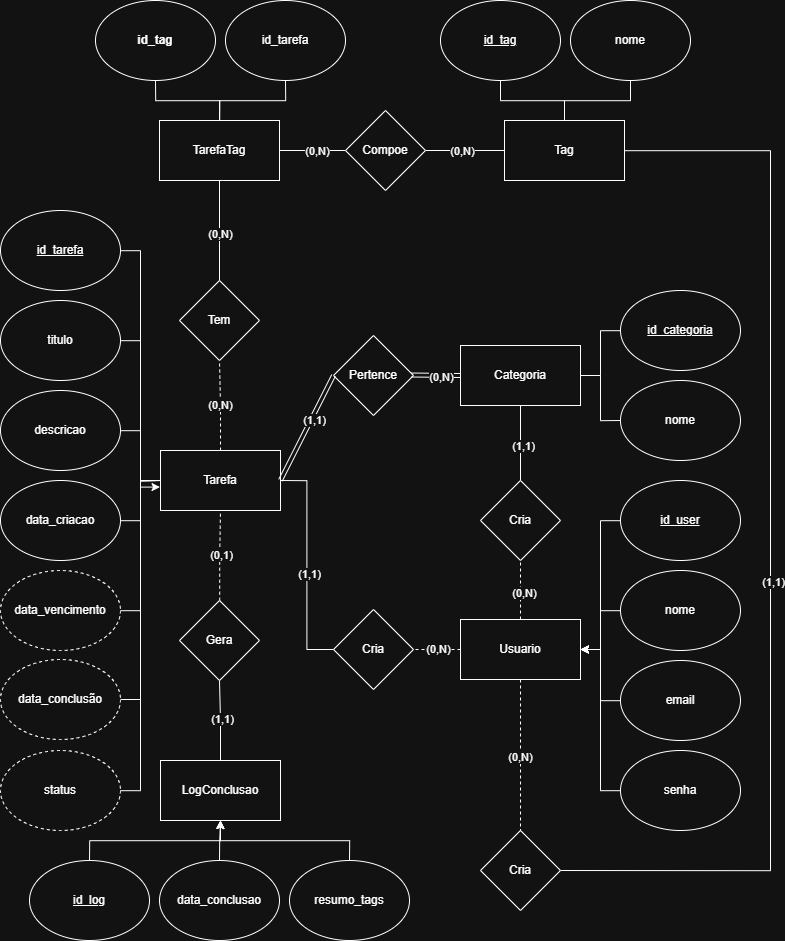
Earlier version of the draw.io export doc/images/DER.drawio.png (LucasReis26/checklist-app). Source tidied: cells renumbered, new cells last; positions are measured from the earlier drawing's top-left corner, leaving out a move shared by most shapes. The source it was exported from:
```xml
<mxGraphModel>
  <root>
    <mxCell id="0" />
    <mxCell id="1" parent="0" />
    <mxCell id="2" value="Categoria" style="rounded=0;whiteSpace=wrap;html=1;" parent="1" vertex="1">
      <mxGeometry x="460" y="345" width="120" height="60" as="geometry" />
    </mxCell>
    <mxCell id="3" style="edgeStyle=orthogonalEdgeStyle;rounded=0;jettySize=auto;html=1;endArrow=none;endFill=0;" parent="1" edge="1" source="4" target="2">
      <mxGeometry relative="1" as="geometry" />
    </mxCell>
    <mxCell id="4" value="id_categoria" style="ellipse;whiteSpace=wrap;html=1;fontStyle=4;" parent="1" vertex="1">
      <mxGeometry x="620" y="290" width="120" height="80" as="geometry" />
    </mxCell>
    <mxCell id="5" style="edgeStyle=orthogonalEdgeStyle;rounded=0;jettySize=auto;html=1;exitX=0;exitY=0.5;exitDx=0;exitDy=0;endArrow=none;endFill=0;" parent="1" edge="1" source="6" target="2">
      <mxGeometry relative="1" as="geometry" />
    </mxCell>
    <mxCell id="6" value="nome" style="ellipse;whiteSpace=wrap;html=1;" parent="1" vertex="1">
      <mxGeometry x="620" y="380" width="120" height="80" as="geometry" />
    </mxCell>
    <mxCell id="7" style="edgeStyle=orthogonalEdgeStyle;rounded=0;jettySize=auto;html=1;entryX=0;entryY=0.5;entryDx=0;entryDy=0;endArrow=none;endFill=0;" parent="1" edge="1" source="9" target="56">
      <mxGeometry relative="1" as="geometry" />
    </mxCell>
    <mxCell id="8" value="(0,N)" style="edgeLabel;html=1;align=center;verticalAlign=middle;" parent="7" vertex="1">
      <mxGeometry x="0.12" y="1" relative="1" as="geometry" />
    </mxCell>
    <mxCell id="9" value="TarefaTag" style="rounded=0;whiteSpace=wrap;html=1;" parent="1" vertex="1">
      <mxGeometry x="159" y="120" width="120" height="60" as="geometry" />
    </mxCell>
    <mxCell id="10" style="edgeStyle=orthogonalEdgeStyle;rounded=0;jettySize=auto;html=1;entryX=0.5;entryY=0;entryDx=0;entryDy=0;endArrow=none;endFill=0;" parent="1" edge="1" source="11" target="9">
      <mxGeometry relative="1" as="geometry" />
    </mxCell>
    <mxCell id="11" value="&lt;b&gt;id_tag&lt;/b&gt;" style="ellipse;whiteSpace=wrap;html=1;fontStyle=0;" parent="1" vertex="1">
      <mxGeometry x="95" width="120" height="80" as="geometry" />
    </mxCell>
    <mxCell id="12" style="edgeStyle=orthogonalEdgeStyle;rounded=0;jettySize=auto;html=1;endArrow=none;endFill=0;" parent="1" edge="1" source="13" target="9">
      <mxGeometry relative="1" as="geometry" />
    </mxCell>
    <mxCell id="13" value="id_tarefa" style="ellipse;whiteSpace=wrap;html=1;" parent="1" vertex="1">
      <mxGeometry x="225" width="120" height="80" as="geometry" />
    </mxCell>
    <mxCell id="14" style="edgeStyle=orthogonalEdgeStyle;rounded=0;jettySize=auto;html=1;entryX=0.5;entryY=1;entryDx=0;entryDy=0;endArrow=none;endFill=0;dashed=1;" parent="1" edge="1" source="16" target="45">
      <mxGeometry relative="1" as="geometry" />
    </mxCell>
    <mxCell id="15" value="(0,N)" style="edgeLabel;html=1;align=center;verticalAlign=middle;" parent="14" vertex="1">
      <mxGeometry x="0.1" y="1" relative="1" as="geometry" />
    </mxCell>
    <mxCell id="16" value="Tarefa" style="rounded=0;whiteSpace=wrap;html=1;" parent="1" vertex="1">
      <mxGeometry x="160" y="450" width="120" height="60" as="geometry" />
    </mxCell>
    <mxCell id="17" style="edgeStyle=orthogonalEdgeStyle;rounded=0;jettySize=auto;html=1;entryX=0;entryY=0.5;entryDx=0;entryDy=0;endArrow=none;endFill=0;" parent="1" edge="1" source="18" target="16">
      <mxGeometry relative="1" as="geometry" />
    </mxCell>
    <mxCell id="18" value="titulo" style="ellipse;whiteSpace=wrap;html=1;" parent="1" vertex="1">
      <mxGeometry y="300" width="120" height="80" as="geometry" />
    </mxCell>
    <mxCell id="19" style="edgeStyle=orthogonalEdgeStyle;rounded=0;jettySize=auto;html=1;entryX=0;entryY=0.5;entryDx=0;entryDy=0;endArrow=none;endFill=0;" parent="1" edge="1" source="20" target="16">
      <mxGeometry relative="1" as="geometry" />
    </mxCell>
    <mxCell id="20" value="id_tarefa" style="ellipse;whiteSpace=wrap;html=1;fontStyle=4;" parent="1" vertex="1">
      <mxGeometry y="210" width="120" height="80" as="geometry" />
    </mxCell>
    <mxCell id="21" style="edgeStyle=orthogonalEdgeStyle;rounded=0;jettySize=auto;html=1;entryX=0;entryY=0.5;entryDx=0;entryDy=0;endArrow=none;endFill=0;" parent="1" edge="1" source="22" target="16">
      <mxGeometry relative="1" as="geometry" />
    </mxCell>
    <mxCell id="22" value="descricao" style="ellipse;whiteSpace=wrap;html=1;" parent="1" vertex="1">
      <mxGeometry y="390" width="120" height="80" as="geometry" />
    </mxCell>
    <mxCell id="23" style="edgeStyle=orthogonalEdgeStyle;rounded=0;jettySize=auto;html=1;entryX=0;entryY=0.5;entryDx=0;entryDy=0;endArrow=none;endFill=0;" parent="1" edge="1" source="24" target="16">
      <mxGeometry relative="1" as="geometry" />
    </mxCell>
    <mxCell id="24" value="data_criacao" style="ellipse;whiteSpace=wrap;html=1;" parent="1" vertex="1">
      <mxGeometry y="480" width="120" height="80" as="geometry" />
    </mxCell>
    <mxCell id="25" style="edgeStyle=orthogonalEdgeStyle;rounded=0;jettySize=auto;html=1;entryX=0;entryY=0.5;entryDx=0;entryDy=0;endArrow=none;endFill=0;" parent="1" edge="1" source="26" target="16">
      <mxGeometry relative="1" as="geometry" />
    </mxCell>
    <mxCell id="26" value="data_vencimento" style="ellipse;whiteSpace=wrap;html=1;dashed=1;" parent="1" vertex="1">
      <mxGeometry y="570" width="120" height="80" as="geometry" />
    </mxCell>
    <mxCell id="27" style="edgeStyle=orthogonalEdgeStyle;rounded=0;jettySize=auto;html=1;entryX=0;entryY=0.5;entryDx=0;entryDy=0;endArrow=none;endFill=0;" parent="1" edge="1" source="28" target="16">
      <mxGeometry relative="1" as="geometry" />
    </mxCell>
    <mxCell id="28" value="data_conclusão" style="ellipse;whiteSpace=wrap;html=1;dashed=1;" parent="1" vertex="1">
      <mxGeometry y="659" width="120" height="80" as="geometry" />
    </mxCell>
    <mxCell id="29" style="edgeStyle=orthogonalEdgeStyle;rounded=0;jettySize=auto;html=1;entryX=0.5;entryY=1;entryDx=0;entryDy=0;endArrow=none;endFill=0;" parent="1" edge="1" source="31" target="48">
      <mxGeometry relative="1" as="geometry" />
    </mxCell>
    <mxCell id="30" value="(1,1)" style="edgeLabel;html=1;align=center;verticalAlign=middle;" parent="29" vertex="1">
      <mxGeometry x="0.08" y="-1" relative="1" as="geometry" />
    </mxCell>
    <mxCell id="31" value="LogConclusao" style="rounded=0;whiteSpace=wrap;html=1;" parent="1" vertex="1">
      <mxGeometry x="160" y="760" width="120" height="60" as="geometry" />
    </mxCell>
    <mxCell id="32" style="edgeStyle=orthogonalEdgeStyle;rounded=0;jettySize=auto;html=1;" parent="1" edge="1" source="33" target="31">
      <mxGeometry relative="1" as="geometry">
        <Array as="points">
          <mxPoint x="349" y="840" />
          <mxPoint x="220" y="840" />
        </Array>
      </mxGeometry>
    </mxCell>
    <mxCell id="33" value="resumo_tags" style="ellipse;whiteSpace=wrap;html=1;fontStyle=0;" parent="1" vertex="1">
      <mxGeometry x="289" y="860" width="120" height="80" as="geometry" />
    </mxCell>
    <mxCell id="34" style="edgeStyle=orthogonalEdgeStyle;rounded=0;jettySize=auto;html=1;" parent="1" edge="1" source="35" target="31">
      <mxGeometry relative="1" as="geometry">
        <Array as="points">
          <mxPoint x="89" y="840" />
          <mxPoint x="220" y="840" />
        </Array>
      </mxGeometry>
    </mxCell>
    <mxCell id="35" value="id_log" style="ellipse;whiteSpace=wrap;html=1;fontStyle=4;" parent="1" vertex="1">
      <mxGeometry x="29" y="860" width="120" height="80" as="geometry" />
    </mxCell>
    <mxCell id="36" style="edgeStyle=orthogonalEdgeStyle;rounded=0;jettySize=auto;html=1;entryX=0.5;entryY=1;entryDx=0;entryDy=0;" parent="1" edge="1" source="37" target="31">
      <mxGeometry relative="1" as="geometry" />
    </mxCell>
    <mxCell id="37" value="data_conclusao" style="ellipse;whiteSpace=wrap;html=1;fontStyle=0;" parent="1" vertex="1">
      <mxGeometry x="159" y="860" width="120" height="80" as="geometry" />
    </mxCell>
    <mxCell id="38" value="Pertence" style="rhombus;whiteSpace=wrap;html=1;" parent="1" vertex="1">
      <mxGeometry x="333" y="335" width="80" height="80" as="geometry" />
    </mxCell>
    <mxCell id="39" style="shape=link;html=1;rounded=0;entryX=0;entryY=0.5;entryDx=0;entryDy=0;" parent="1" edge="1" target="38">
      <mxGeometry relative="1" as="geometry">
        <mxPoint x="280" y="479.7" as="sourcePoint" />
      </mxGeometry>
    </mxCell>
    <mxCell id="40" value="(1,1)" style="edgeLabel;html=1;align=center;verticalAlign=middle;" parent="39" vertex="1">
      <mxGeometry x="0.14" y="-1" relative="1" as="geometry">
        <mxPoint y="-1" as="offset" />
      </mxGeometry>
    </mxCell>
    <mxCell id="41" style="shape=link;html=1;rounded=0;entryX=0;entryY=0.5;entryDx=0;entryDy=0;exitX=0.973;exitY=0.494;exitDx=0;exitDy=0;exitPerimeter=0;" parent="1" edge="1" source="38" target="2">
      <mxGeometry relative="1" as="geometry" />
    </mxCell>
    <mxCell id="42" value="(0,N)" style="edgeLabel;html=1;align=center;verticalAlign=middle;" parent="41" vertex="1">
      <mxGeometry x="0.14" y="-1" relative="1" as="geometry">
        <mxPoint y="-1" as="offset" />
      </mxGeometry>
    </mxCell>
    <mxCell id="43" style="edgeStyle=orthogonalEdgeStyle;rounded=0;jettySize=auto;html=1;endArrow=none;endFill=0;" parent="1" edge="1" source="45" target="9">
      <mxGeometry relative="1" as="geometry" />
    </mxCell>
    <mxCell id="44" value="(0,N)" style="edgeLabel;html=1;align=center;verticalAlign=middle;" parent="43" vertex="1">
      <mxGeometry x="-0.01" y="1" relative="1" as="geometry" />
    </mxCell>
    <mxCell id="45" value="Tem" style="rhombus;whiteSpace=wrap;html=1;" parent="1" vertex="1">
      <mxGeometry x="179" y="280" width="80" height="80" as="geometry" />
    </mxCell>
    <mxCell id="46" style="edgeStyle=orthogonalEdgeStyle;rounded=0;jettySize=auto;html=1;endArrow=none;endFill=0;dashed=1;" parent="1" edge="1" source="48" target="16">
      <mxGeometry relative="1" as="geometry" />
    </mxCell>
    <mxCell id="47" value="(0,1)" style="edgeLabel;html=1;align=center;verticalAlign=middle;" parent="46" vertex="1">
      <mxGeometry x="0.04" y="1" relative="1" as="geometry" />
    </mxCell>
    <mxCell id="48" value="Gera" style="rhombus;whiteSpace=wrap;html=1;" parent="1" vertex="1">
      <mxGeometry x="179" y="600" width="80" height="80" as="geometry" />
    </mxCell>
    <mxCell id="49" style="edgeStyle=orthogonalEdgeStyle;rounded=0;jettySize=auto;html=1;entryX=1;entryY=0.5;entryDx=0;entryDy=0;endArrow=none;endFill=0;" parent="1" edge="1" source="51" target="56">
      <mxGeometry relative="1" as="geometry" />
    </mxCell>
    <mxCell id="50" value="(0,N)" style="edgeLabel;html=1;align=center;verticalAlign=middle;" parent="49" vertex="1">
      <mxGeometry x="0.1" y="-1" relative="1" as="geometry" />
    </mxCell>
    <mxCell id="51" value="Tag" style="rounded=0;whiteSpace=wrap;html=1;" parent="1" vertex="1">
      <mxGeometry x="504" y="120" width="120" height="60" as="geometry" />
    </mxCell>
    <mxCell id="52" style="edgeStyle=orthogonalEdgeStyle;rounded=0;jettySize=auto;html=1;entryX=0.5;entryY=0;entryDx=0;entryDy=0;endArrow=none;endFill=0;" parent="1" edge="1" source="53" target="51">
      <mxGeometry relative="1" as="geometry" />
    </mxCell>
    <mxCell id="53" value="id_tag" style="ellipse;whiteSpace=wrap;html=1;fontStyle=4;" parent="1" vertex="1">
      <mxGeometry x="440" width="120" height="80" as="geometry" />
    </mxCell>
    <mxCell id="54" style="edgeStyle=orthogonalEdgeStyle;rounded=0;jettySize=auto;html=1;endArrow=none;endFill=0;" parent="1" edge="1" source="55" target="51">
      <mxGeometry relative="1" as="geometry" />
    </mxCell>
    <mxCell id="55" value="nome" style="ellipse;whiteSpace=wrap;html=1;" parent="1" vertex="1">
      <mxGeometry x="570" width="120" height="80" as="geometry" />
    </mxCell>
    <mxCell id="56" value="Compoe" style="rhombus;whiteSpace=wrap;html=1;" parent="1" vertex="1">
      <mxGeometry x="345" y="110" width="80" height="80" as="geometry" />
    </mxCell>
    <mxCell id="57" style="edgeStyle=orthogonalEdgeStyle;rounded=0;jettySize=auto;html=1;dashed=1;endArrow=none;endFill=0;" parent="1" edge="1" source="59" target="70">
      <mxGeometry relative="1" as="geometry" />
    </mxCell>
    <mxCell id="58" value="(0,N)" style="edgeLabel;html=1;align=center;verticalAlign=middle;" parent="57" vertex="1">
      <mxGeometry x="-0.01" y="-2" relative="1" as="geometry" />
    </mxCell>
    <mxCell id="59" value="Usuario" style="rounded=0;whiteSpace=wrap;html=1;" parent="1" vertex="1">
      <mxGeometry x="460" y="619" width="120" height="60" as="geometry" />
    </mxCell>
    <mxCell id="60" style="edgeStyle=orthogonalEdgeStyle;rounded=0;jettySize=auto;html=1;entryX=1;entryY=0.5;entryDx=0;entryDy=0;" parent="1" edge="1" source="61" target="59">
      <mxGeometry relative="1" as="geometry" />
    </mxCell>
    <mxCell id="61" value="id_user" style="ellipse;whiteSpace=wrap;html=1;fontStyle=4;" parent="1" vertex="1">
      <mxGeometry x="620" y="480" width="120" height="80" as="geometry" />
    </mxCell>
    <mxCell id="62" style="edgeStyle=orthogonalEdgeStyle;rounded=0;jettySize=auto;html=1;" parent="1" edge="1" source="63" target="59">
      <mxGeometry relative="1" as="geometry" />
    </mxCell>
    <mxCell id="63" value="nome" style="ellipse;whiteSpace=wrap;html=1;fontStyle=0;" parent="1" vertex="1">
      <mxGeometry x="620" y="570" width="120" height="80" as="geometry" />
    </mxCell>
    <mxCell id="64" style="edgeStyle=orthogonalEdgeStyle;rounded=0;jettySize=auto;html=1;" parent="1" edge="1" source="65" target="59">
      <mxGeometry relative="1" as="geometry" />
    </mxCell>
    <mxCell id="65" value="email" style="ellipse;whiteSpace=wrap;html=1;fontStyle=0;" parent="1" vertex="1">
      <mxGeometry x="620" y="660" width="120" height="80" as="geometry" />
    </mxCell>
    <mxCell id="66" style="edgeStyle=orthogonalEdgeStyle;rounded=0;jettySize=auto;html=1;entryX=1;entryY=0.5;entryDx=0;entryDy=0;" parent="1" edge="1" source="67" target="59">
      <mxGeometry relative="1" as="geometry" />
    </mxCell>
    <mxCell id="67" value="senha" style="ellipse;whiteSpace=wrap;html=1;fontStyle=0;" parent="1" vertex="1">
      <mxGeometry x="620" y="750" width="120" height="80" as="geometry" />
    </mxCell>
    <mxCell id="68" style="edgeStyle=orthogonalEdgeStyle;rounded=0;jettySize=auto;html=1;entryX=1;entryY=0.5;entryDx=0;entryDy=0;endArrow=none;endFill=0;" parent="1" edge="1" source="70" target="16">
      <mxGeometry relative="1" as="geometry" />
    </mxCell>
    <mxCell id="69" value="(1,1)" style="edgeLabel;html=1;align=center;verticalAlign=middle;" parent="68" vertex="1">
      <mxGeometry x="-0.07" y="-1" relative="1" as="geometry" />
    </mxCell>
    <mxCell id="70" value="Cria" style="rhombus;whiteSpace=wrap;html=1;" parent="1" vertex="1">
      <mxGeometry x="333" y="609" width="80" height="80" as="geometry" />
    </mxCell>
    <mxCell id="71" style="edgeStyle=orthogonalEdgeStyle;rounded=0;jettySize=auto;html=1;dashed=1;endArrow=none;endFill=0;exitX=0.5;exitY=0;exitDx=0;exitDy=0;" parent="1" edge="1" source="59" target="75">
      <mxGeometry relative="1" as="geometry" />
    </mxCell>
    <mxCell id="72" value="(0,N)" style="edgeLabel;html=1;align=center;verticalAlign=middle;" parent="71" vertex="1">
      <mxGeometry x="-0.01" y="-2" relative="1" as="geometry" />
    </mxCell>
    <mxCell id="73" style="edgeStyle=orthogonalEdgeStyle;rounded=0;jettySize=auto;html=1;entryX=0.5;entryY=1;entryDx=0;entryDy=0;endArrow=none;endFill=0;exitX=0.5;exitY=0;exitDx=0;exitDy=0;" parent="1" edge="1" source="75" target="2">
      <mxGeometry relative="1" as="geometry" />
    </mxCell>
    <mxCell id="74" value="(1,1)" style="edgeLabel;html=1;align=center;verticalAlign=middle;" parent="73" vertex="1">
      <mxGeometry x="-0.07" y="-1" relative="1" as="geometry" />
    </mxCell>
    <mxCell id="75" value="Cria" style="rhombus;whiteSpace=wrap;html=1;" parent="1" vertex="1">
      <mxGeometry x="480" y="480" width="80" height="80" as="geometry" />
    </mxCell>
    <mxCell id="76" style="edgeStyle=orthogonalEdgeStyle;rounded=0;jettySize=auto;html=1;dashed=1;endArrow=none;endFill=0;exitX=0.5;exitY=1;exitDx=0;exitDy=0;" parent="1" edge="1" source="59" target="80">
      <mxGeometry relative="1" as="geometry" />
    </mxCell>
    <mxCell id="77" value="(0,N)" style="edgeLabel;html=1;align=center;verticalAlign=middle;" parent="76" vertex="1">
      <mxGeometry x="-0.01" y="-2" relative="1" as="geometry" />
    </mxCell>
    <mxCell id="78" style="edgeStyle=orthogonalEdgeStyle;rounded=0;jettySize=auto;html=1;endArrow=none;endFill=0;exitX=1;exitY=0.5;exitDx=0;exitDy=0;" parent="1" edge="1" source="80" target="51">
      <mxGeometry relative="1" as="geometry">
        <Array as="points">
          <mxPoint x="770" y="870" />
          <mxPoint x="770" y="150" />
        </Array>
      </mxGeometry>
    </mxCell>
    <mxCell id="79" value="(1,1)" style="edgeLabel;html=1;align=center;verticalAlign=middle;" parent="78" vertex="1">
      <mxGeometry x="-0.07" y="-1" relative="1" as="geometry" />
    </mxCell>
    <mxCell id="80" value="Cria" style="rhombus;whiteSpace=wrap;html=1;" parent="1" vertex="1">
      <mxGeometry x="480" y="830" width="80" height="80" as="geometry" />
    </mxCell>
    <mxCell id="81" value="status" style="ellipse;whiteSpace=wrap;html=1;dashed=1;" parent="1" vertex="1">
      <mxGeometry y="750" width="120" height="80" as="geometry" />
    </mxCell>
    <mxCell id="82" style="edgeStyle=orthogonalEdgeStyle;rounded=0;jettySize=auto;html=1;entryX=-0.004;entryY=0.61;entryDx=0;entryDy=0;entryPerimeter=0;" parent="1" edge="1" source="81" target="16">
      <mxGeometry relative="1" as="geometry" />
    </mxCell>
  </root>
</mxGraphModel>
```
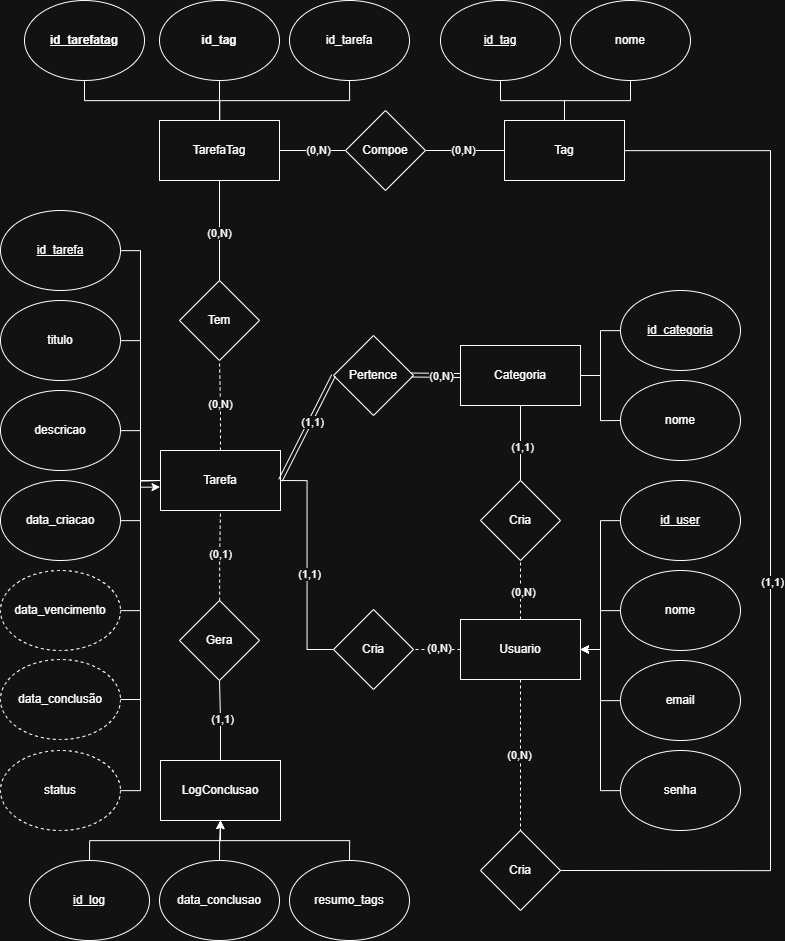
After the change.

What changed in the source:
```diff
@@ -26,17 +26,22 @@
     <mxCell id="9" value="TarefaTag" style="rounded=0;whiteSpace=wrap;html=1;" parent="1" vertex="1">
       <mxGeometry x="159" y="120" width="120" height="60" as="geometry" />
     </mxCell>
-    <mxCell id="10" style="edgeStyle=orthogonalEdgeStyle;rounded=0;jettySize=auto;html=1;entryX=0.5;entryY=0;entryDx=0;entryDy=0;endArrow=none;endFill=0;" parent="1" edge="1" source="11" target="9">
+    <mxCell id="10" style="edgeStyle=orthogonalEdgeStyle;rounded=0;jettySize=auto;html=1;endArrow=none;endFill=0;" parent="1" edge="1" source="11" target="9">
       <mxGeometry relative="1" as="geometry" />
     </mxCell>
     <mxCell id="11" value="&lt;b&gt;id_tag&lt;/b&gt;" style="ellipse;whiteSpace=wrap;html=1;fontStyle=0;" parent="1" vertex="1">
-      <mxGeometry x="95" width="120" height="80" as="geometry" />
+      <mxGeometry x="159" width="120" height="80" as="geometry" />
     </mxCell>
     <mxCell id="12" style="edgeStyle=orthogonalEdgeStyle;rounded=0;jettySize=auto;html=1;endArrow=none;endFill=0;" parent="1" edge="1" source="13" target="9">
-      <mxGeometry relative="1" as="geometry" />
+      <mxGeometry relative="1" as="geometry">
+        <Array as="points">
+          <mxPoint x="349" y="100" />
+          <mxPoint x="219" y="100" />
+        </Array>
+      </mxGeometry>
     </mxCell>
     <mxCell id="13" value="id_tarefa" style="ellipse;whiteSpace=wrap;html=1;" parent="1" vertex="1">
-      <mxGeometry x="225" width="120" height="80" as="geometry" />
+      <mxGeometry x="289" width="120" height="80" as="geometry" />
     </mxCell>
     <mxCell id="14" style="edgeStyle=orthogonalEdgeStyle;rounded=0;jettySize=auto;html=1;entryX=0.5;entryY=1;entryDx=0;entryDy=0;endArrow=none;endFill=0;dashed=1;" parent="1" edge="1" source="16" target="45">
       <mxGeometry relative="1" as="geometry" />
@@ -266,5 +271,16 @@
     <mxCell id="82" style="edgeStyle=orthogonalEdgeStyle;rounded=0;jettySize=auto;html=1;entryX=-0.004;entryY=0.61;entryDx=0;entryDy=0;entryPerimeter=0;" parent="1" edge="1" source="81" target="16">
       <mxGeometry relative="1" as="geometry" />
     </mxCell>
+    <mxCell id="83" style="edgeStyle=orthogonalEdgeStyle;rounded=0;jettySize=auto;html=1;endArrow=none;endFill=0;" parent="1" edge="1" source="84" target="9">
+      <mxGeometry relative="1" as="geometry">
+        <Array as="points">
+          <mxPoint x="84" y="100" />
+          <mxPoint x="219" y="100" />
+        </Array>
+      </mxGeometry>
+    </mxCell>
+    <mxCell id="84" value="&lt;b&gt;&lt;u&gt;id_tarefatag&lt;/u&gt;&lt;/b&gt;" style="ellipse;whiteSpace=wrap;html=1;fontStyle=0;" parent="1" vertex="1">
+      <mxGeometry x="24" width="120" height="80" as="geometry" />
+    </mxCell>
   </root>
 </mxGraphModel>
```
